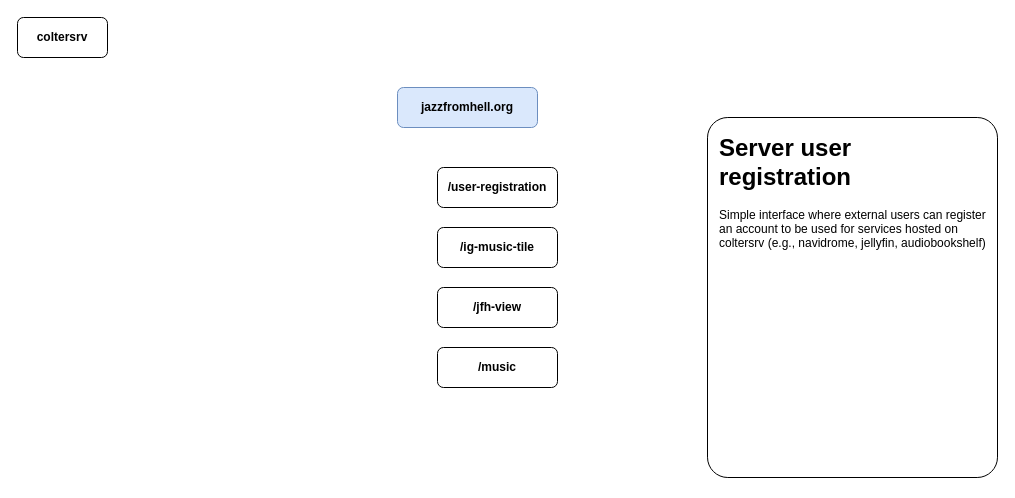
Earlier version of the draw.io diagram planning.drawio (coltercarson/coltersrv). Source tidied: cells renumbered, new cells numbered last; positions are measured from the earlier drawing's top-left corner, leaving out a move shared by most shapes. Both pictures are drawn from the tidied source at 100%, with x=0, y=0 at pixel (17, 17).
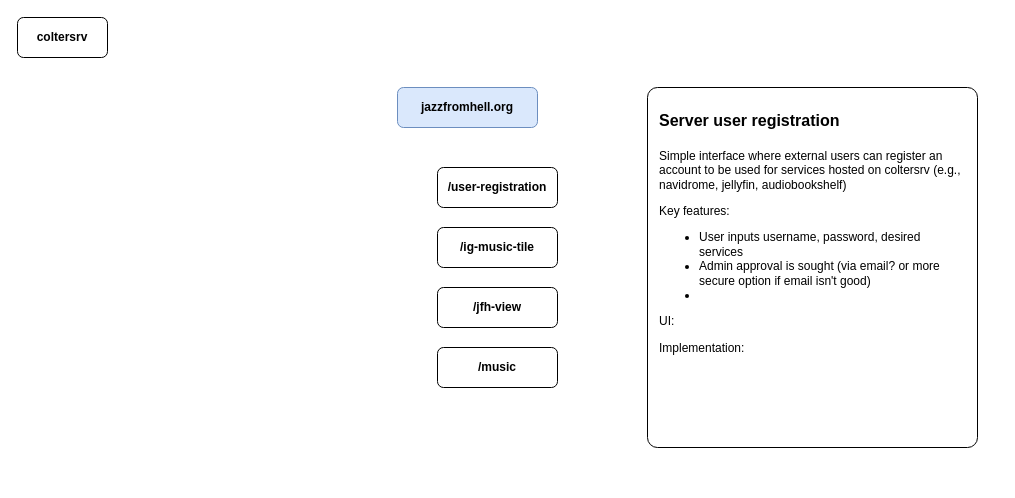
Above is the later version.

What changed in the source:
```diff
@@
 <mxGraphModel>
   <root>
     <mxCell id="0" />
     <mxCell id="1" parent="0" />
     <mxCell id="2" value="coltersrv" style="rounded=1;whiteSpace=wrap;html=1;fontStyle=1;" parent="1" vertex="1">
       <mxGeometry width="90" height="40" as="geometry" />
     </mxCell>
     <mxCell id="3" value="jazzfromhell.org" style="rounded=1;whiteSpace=wrap;html=1;fontStyle=1;fillColor=#dae8fc;strokeColor=#6c8ebf;" parent="1" vertex="1">
       <mxGeometry x="380" y="70" width="140" height="40" as="geometry" />
     </mxCell>
     <mxCell id="4" value="/user-registration" style="rounded=1;whiteSpace=wrap;html=1;fontStyle=1;" parent="1" vertex="1">
       <mxGeometry x="420" y="150" width="120" height="40" as="geometry" />
     </mxCell>
     <mxCell id="5" value="/ig-music-tile" style="rounded=1;whiteSpace=wrap;html=1;fontStyle=1;" parent="1" vertex="1">
       <mxGeometry x="420" y="210" width="120" height="40" as="geometry" />
     </mxCell>
     <mxCell id="6" value="/music" style="rounded=1;whiteSpace=wrap;html=1;fontStyle=1;" parent="1" vertex="1">
       <mxGeometry x="420" y="330" width="120" height="40" as="geometry" />
     </mxCell>
     <mxCell id="7" value="/jfh-view" style="rounded=1;whiteSpace=wrap;html=1;fontStyle=1;" parent="1" vertex="1">
       <mxGeometry x="420" y="270" width="120" height="40" as="geometry" />
     </mxCell>
-    <mxCell id="8" value="&lt;h1 style=&quot;margin-top: 0px;&quot;&gt;Server user registration&lt;/h1&gt;&lt;p&gt;Simple interface where external users can register an account to be used for services hosted on coltersrv (e.g., navidrome, jellyfin, audiobookshelf)&lt;/p&gt;&lt;p&gt;&lt;br&gt;&lt;/p&gt;" style="text;html=1;whiteSpace=wrap;overflow=hidden;rounded=1;fillColor=default;gradientColor=none;strokeColor=default;spacingTop=10;spacingLeft=10;spacingRight=10;arcSize=7;" parent="1" vertex="1">
-      <mxGeometry x="690" y="100" width="290" height="360" as="geometry" />
+    <mxCell id="8" value="&lt;h1 style=&quot;margin-top: 0px;&quot;&gt;&lt;font style=&quot;font-size: 16px;&quot;&gt;Server user registration&lt;/font&gt;&lt;/h1&gt;&lt;p&gt;Simple interface where external users can register an account to be used for services hosted on coltersrv (e.g., navidrome, jellyfin, audiobookshelf)&lt;/p&gt;&lt;p&gt;Key features:&lt;/p&gt;&lt;ul&gt;&lt;li&gt;User inputs username, password, desired services&lt;/li&gt;&lt;li&gt;Admin approval is sought (via email? or more secure option if email isn't good)&lt;/li&gt;&lt;li&gt;&lt;br&gt;&lt;/li&gt;&lt;/ul&gt;&lt;p&gt;UI:&lt;/p&gt;&lt;p&gt;Implementation:&lt;/p&gt;&lt;p&gt;&lt;br&gt;&lt;/p&gt;" style="text;html=1;whiteSpace=wrap;overflow=hidden;rounded=1;fillColor=default;gradientColor=none;strokeColor=default;spacingTop=10;spacingLeft=10;spacingRight=10;arcSize=3;" parent="1" vertex="1">
+      <mxGeometry x="630" y="70" width="330" height="360" as="geometry" />
     </mxCell>
   </root>
 </mxGraphModel>
```
